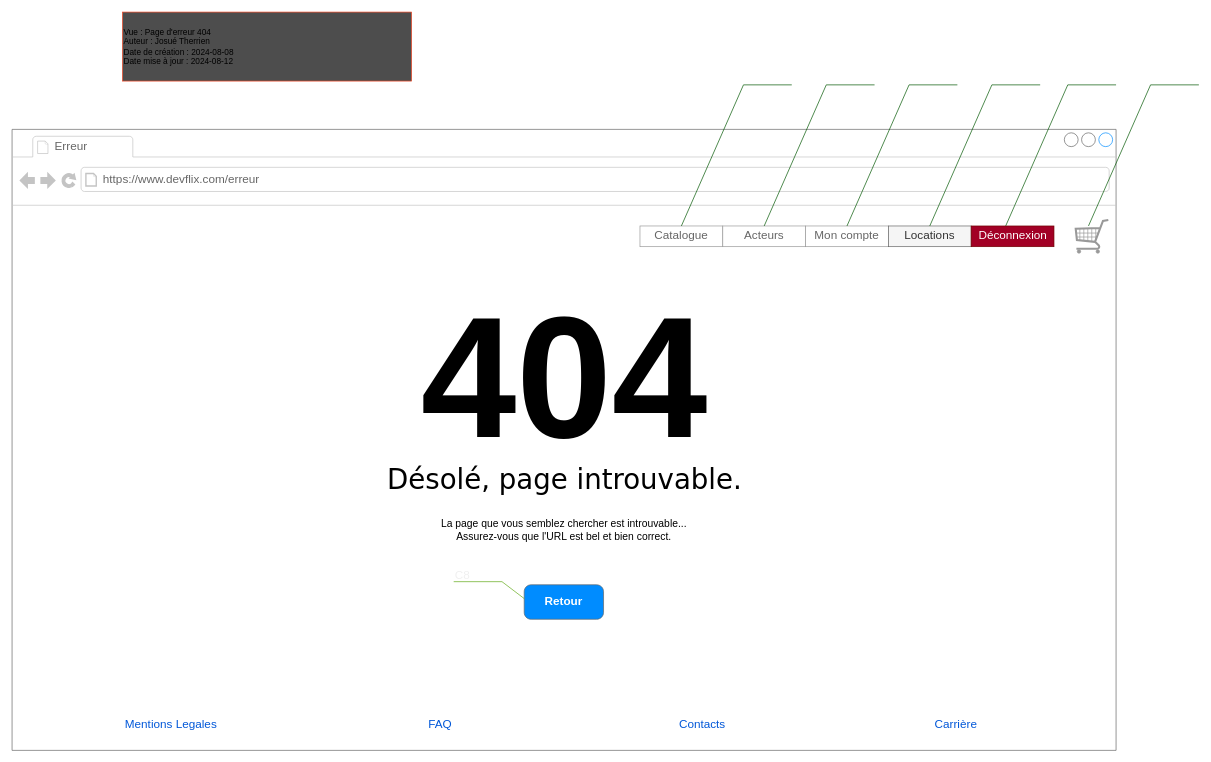
MapleCialys/Projet-modification-systeme keeps this draw.io diagram as livrables/livrable3/Page-Erreur404.drawio. Above is the earlier version. Source tidied: cells renumbered, new cells numbered last; positions are measured from the earlier drawing's top-left corner, leaving out a move shared by most shapes. Both pictures are drawn from the tidied source at 69%, with x=0, y=0 at pixel (12, 12).
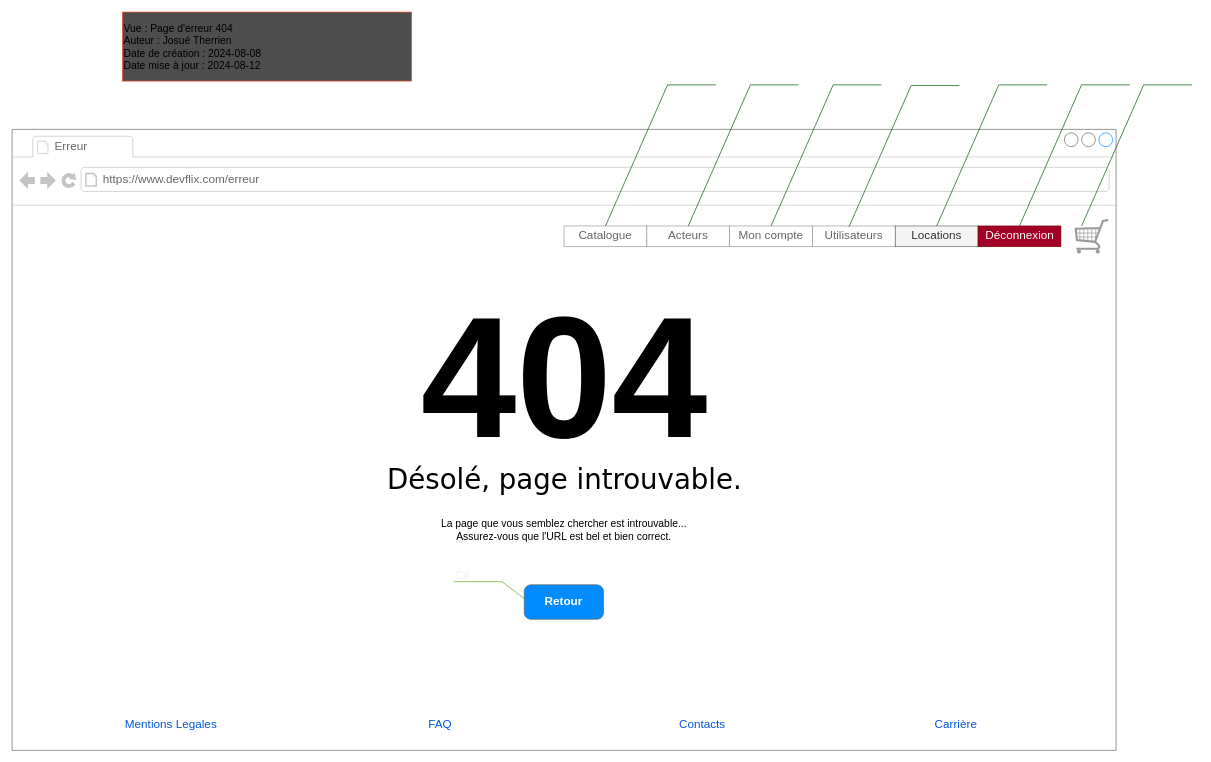
Above is the later version.

Commit message (it also covers changes not shown here):
updated-pages-JO-finition

Unchanged cells that the change refers to:
```xml
<mxCell id="2" style="strokeWidth=1;shadow=0;dashed=0;align=center;html=1;shape=mxgraph.mockup.containers.browserWindow;rSize=0;strokeColor=#666666;mainText=,;rounded=0;labelBackgroundColor=none;fontFamily=Verdana;fontSize=12;flipH=0;rotation=0;" parent="1" vertex="1">
  <mxGeometry y="170" width="1600" height="900" as="geometry" />
</mxCell>
```

The edit, as a diff of the source:
```diff
@@
-    <mxCell id="10" style="swimlane;shape=mxgraph.bootstrap.anchor;strokeColor=#999999;fillColor=#ffffff;fontColor=#666666;horizontal=0;startSize=0;whiteSpace=wrap;html=1;" parent="2" vertex="1">
-      <mxGeometry x="910" y="140" width="600" height="30" as="geometry" />
-    </mxCell>
+    <mxCell id="24" value="Mentions Legales" style="fillColor=none;strokeColor=none;html=1;fontColor=#0057D8;align=center;verticalAlign=middle;fontStyle=0;fontSize=17;" parent="1" vertex="1">
+      <mxGeometry x="105" y="995" width="250" height="75" as="geometry" />
+    </mxCell>
+    <mxCell id="25" value="FAQ" style="fillColor=none;strokeColor=none;html=1;fontColor=#0057D8;align=center;verticalAlign=middle;fontStyle=0;fontSize=17;fontFamily=Helvetica;" parent="1" vertex="1">
+      <mxGeometry x="495" y="995" width="250" height="75" as="geometry" />
+    </mxCell>
+    <mxCell id="26" value="Contacts" style="fillColor=none;strokeColor=none;html=1;fontColor=#0057D8;align=center;verticalAlign=middle;fontStyle=0;fontSize=17;fontFamily=Helvetica;" parent="1" vertex="1">
+      <mxGeometry x="875" y="995" width="250" height="75" as="geometry" />
+    </mxCell>
+    <mxCell id="27" value="Carrière&amp;nbsp;" style="fillColor=none;strokeColor=none;html=1;fontColor=#0057D8;align=center;verticalAlign=middle;fontStyle=0;fontSize=17;fontFamily=Helvetica;" parent="1" vertex="1">
+      <mxGeometry x="1245" y="995" width="250" height="75" as="geometry" />
+    </mxCell>
+    <mxCell id="28" value="&lt;font style=&quot;font-size: 15px;&quot;&gt;Vue : Page d'erreur 404&lt;br&gt;Auteur : Josué Therrien&lt;br&gt;Date de création : 2024-08-08&lt;br&gt;Date mise à jour : 2024-08-12&lt;/font&gt;" style="rounded=0;whiteSpace=wrap;html=1;align=left;fillColor=#4D4D4D;strokeColor=#F04624;" parent="1" vertex="1">
+      <mxGeometry x="160" width="419" height="100" as="geometry" />
+    </mxCell>
+    <mxCell id="18" style="group;" parent="1" vertex="1">
+      <mxGeometry x="780" y="80" width="930" height="280" as="geometry" />
+    </mxCell>
+    <mxCell id="29" style="swimlane;shape=mxgraph.bootstrap.anchor;strokeColor=#999999;fillColor=#ffffff;fontColor=#666666;horizontal=0;startSize=0;whiteSpace=wrap;html=1;" parent="18" vertex="1">
+      <mxGeometry x="20" y="230" width="720" height="30" as="geometry" />
+    </mxCell>
-    <mxCell id="11" value="Catalogue" style="text;strokeColor=inherit;align=center;verticalAlign=middle;spacingLeft=10;spacingRight=10;overflow=hidden;whiteSpace=wrap;html=1;fillColor=inherit;fontColor=inherit;fontSize=17;" parent="10" vertex="1">
+    <mxCell id="11" value="Catalogue" style="text;strokeColor=inherit;align=center;verticalAlign=middle;spacingLeft=10;spacingRight=10;overflow=hidden;whiteSpace=wrap;html=1;fillColor=inherit;fontColor=inherit;fontSize=17;" parent="29" vertex="1">
       <mxGeometry width="120" height="30" as="geometry" />
     </mxCell>
-    <mxCell id="12" value="Acteurs" style="text;strokeColor=inherit;align=center;verticalAlign=middle;spacingLeft=10;spacingRight=10;overflow=hidden;whiteSpace=wrap;html=1;fillColor=inherit;fontColor=inherit;fontSize=17;" parent="10" vertex="1">
+    <mxCell id="12" value="Acteurs" style="text;strokeColor=inherit;align=center;verticalAlign=middle;spacingLeft=10;spacingRight=10;overflow=hidden;whiteSpace=wrap;html=1;fillColor=inherit;fontColor=inherit;fontSize=17;" parent="29" vertex="1">
       <mxGeometry x="120" width="120" height="30" as="geometry" />
     </mxCell>
-    <mxCell id="13" value="Mon compte" style="text;strokeColor=inherit;align=center;verticalAlign=middle;spacingLeft=10;spacingRight=10;overflow=hidden;whiteSpace=wrap;html=1;fillColor=inherit;fontColor=inherit;fontSize=17;" parent="10" vertex="1">
+    <mxCell id="13" value="Mon compte" style="text;strokeColor=inherit;align=center;verticalAlign=middle;spacingLeft=10;spacingRight=10;overflow=hidden;whiteSpace=wrap;html=1;fillColor=inherit;fontColor=inherit;fontSize=17;" parent="29" vertex="1">
       <mxGeometry x="240" width="120" height="30" as="geometry" />
     </mxCell>
+    <mxCell id="30" value="Utilisateurs" style="text;strokeColor=inherit;align=center;verticalAlign=middle;spacingLeft=10;spacingRight=10;overflow=hidden;whiteSpace=wrap;html=1;fillColor=inherit;fontColor=inherit;fontSize=17;" parent="29" vertex="1">
+      <mxGeometry x="360" width="120" height="30" as="geometry" />
+    </mxCell>
-    <mxCell id="14" value="Locations" style="text;strokeColor=#666666;align=center;verticalAlign=middle;spacingLeft=10;spacingRight=10;overflow=hidden;whiteSpace=wrap;html=1;fillColor=#f5f5f5;fontSize=17;fontColor=#333333;" parent="10" vertex="1">
-      <mxGeometry x="360" width="120" height="30" as="geometry" />
+    <mxCell id="14" value="Locations" style="text;strokeColor=#666666;align=center;verticalAlign=middle;spacingLeft=10;spacingRight=10;overflow=hidden;whiteSpace=wrap;html=1;fillColor=#f5f5f5;fontSize=17;fontColor=#333333;" parent="29" vertex="1">
+      <mxGeometry x="480" width="120" height="30" as="geometry" />
     </mxCell>
-    <mxCell id="15" value="Déconnexion&amp;nbsp;" style="text;strokeColor=#6F0000;align=center;verticalAlign=middle;spacingLeft=10;spacingRight=10;overflow=hidden;whiteSpace=wrap;html=1;fillColor=#a20025;fontColor=#ffffff;fontSize=17;" parent="10" vertex="1">
-      <mxGeometry x="480" width="120" height="30" as="geometry" />
+    <mxCell id="15" value="Déconnexion&amp;nbsp;" style="text;strokeColor=#6F0000;align=center;verticalAlign=middle;spacingLeft=10;spacingRight=10;overflow=hidden;whiteSpace=wrap;html=1;fillColor=#a20025;fontColor=#ffffff;fontSize=17;" parent="29" vertex="1">
+      <mxGeometry x="600" width="120" height="30" as="geometry" />
     </mxCell>
-    <mxCell id="16" value="C4" style="strokeWidth=1;shadow=0;dashed=0;align=center;html=1;shape=mxgraph.mockup.text.callout;linkText=;textSize=17;textColor=#666666;callDir=NE;callStyle=line;fontSize=17;align=right;verticalAlign=top;strokeColor=#005700;fillColor=#008a00;fontColor=#ffffff;" parent="2" vertex="1">
-      <mxGeometry x="1090" y="-90" width="160" height="230" as="geometry" />
+    <mxCell id="16" value="C4" style="strokeWidth=1;shadow=0;dashed=0;align=center;html=1;shape=mxgraph.mockup.text.callout;linkText=;textSize=17;textColor=#666666;callDir=NE;callStyle=line;fontSize=17;align=right;verticalAlign=top;strokeColor=#005700;fillColor=#008a00;fontColor=#ffffff;" parent="18" vertex="1">
+      <mxGeometry x="200" width="160" height="230" as="geometry" />
     </mxCell>
-    <mxCell id="17" value="C1" style="strokeWidth=1;shadow=0;dashed=0;align=center;html=1;shape=mxgraph.mockup.text.callout;linkText=;textSize=17;textColor=#666666;callDir=NE;callStyle=line;fontSize=17;align=right;verticalAlign=top;strokeColor=#005700;fillColor=#008a00;fontColor=#ffffff;" parent="2" vertex="1">
-      <mxGeometry x="970" y="-90" width="160" height="230" as="geometry" />
+    <mxCell id="17" value="C1" style="strokeWidth=1;shadow=0;dashed=0;align=center;html=1;shape=mxgraph.mockup.text.callout;linkText=;textSize=17;textColor=#666666;callDir=NE;callStyle=line;fontSize=17;align=right;verticalAlign=top;strokeColor=#005700;fillColor=#008a00;fontColor=#ffffff;" parent="18" vertex="1">
+      <mxGeometry x="80" width="160" height="230" as="geometry" />
     </mxCell>
-    <mxCell id="18" style="group;" parent="1" vertex="1">
-      <mxGeometry x="780" y="80" width="930" height="280" as="geometry" />
-    </mxCell>
     <mxCell id="19" value="C17" style="strokeWidth=1;shadow=0;dashed=0;align=center;html=1;shape=mxgraph.mockup.text.callout;linkText=;textSize=17;textColor=#666666;callDir=NE;callStyle=line;fontSize=17;align=right;verticalAlign=top;strokeColor=#005700;fillColor=#008a00;fontColor=#ffffff;" parent="18" vertex="1">
-      <mxGeometry x="430" width="160" height="230" as="geometry" />
+      <mxGeometry x="320" width="160" height="230" as="geometry" />
     </mxCell>
     <mxCell id="20" value="C19" style="strokeWidth=1;shadow=0;dashed=0;align=center;html=1;shape=mxgraph.mockup.text.callout;linkText=;textSize=17;textColor=#666666;callDir=NE;callStyle=line;fontSize=17;align=right;verticalAlign=top;strokeColor=#005700;fillColor=#008a00;fontColor=#ffffff;" parent="18" vertex="1">
-      <mxGeometry x="550" width="160" height="230" as="geometry" />
+      <mxGeometry x="560" width="160" height="230" as="geometry" />
     </mxCell>
@@
     <mxCell id="22" value="C46" style="strokeWidth=1;shadow=0;dashed=0;align=center;html=1;shape=mxgraph.mockup.text.callout;linkText=;textSize=17;textColor=#666666;callDir=NE;callStyle=line;fontSize=17;align=right;verticalAlign=top;strokeColor=#005700;fillColor=#008a00;fontColor=#ffffff;" parent="18" vertex="1">
-      <mxGeometry x="660" width="160" height="230" as="geometry" />
+      <mxGeometry x="680" width="160" height="230" as="geometry" />
     </mxCell>
     <mxCell id="23" value="C9" style="strokeWidth=1;shadow=0;dashed=0;align=center;html=1;shape=mxgraph.mockup.text.callout;linkText=;textSize=17;textColor=#666666;callDir=NE;callStyle=line;fontSize=17;align=right;verticalAlign=top;strokeColor=#005700;fillColor=#008a00;fontColor=#ffffff;" parent="18" vertex="1">
-      <mxGeometry x="780" width="160" height="230" as="geometry" />
+      <mxGeometry x="770" width="160" height="230" as="geometry" />
     </mxCell>
-    <mxCell id="24" value="Mentions Legales" style="fillColor=none;strokeColor=none;html=1;fontColor=#0057D8;align=center;verticalAlign=middle;fontStyle=0;fontSize=17;" parent="1" vertex="1">
-      <mxGeometry x="105" y="995" width="250" height="75" as="geometry" />
-    </mxCell>
-    <mxCell id="25" value="FAQ" style="fillColor=none;strokeColor=none;html=1;fontColor=#0057D8;align=center;verticalAlign=middle;fontStyle=0;fontSize=17;fontFamily=Helvetica;" parent="1" vertex="1">
-      <mxGeometry x="495" y="995" width="250" height="75" as="geometry" />
-    </mxCell>
-    <mxCell id="26" value="Contacts" style="fillColor=none;strokeColor=none;html=1;fontColor=#0057D8;align=center;verticalAlign=middle;fontStyle=0;fontSize=17;fontFamily=Helvetica;" parent="1" vertex="1">
-      <mxGeometry x="875" y="995" width="250" height="75" as="geometry" />
-    </mxCell>
-    <mxCell id="27" value="Carrière&amp;nbsp;" style="fillColor=none;strokeColor=none;html=1;fontColor=#0057D8;align=center;verticalAlign=middle;fontStyle=0;fontSize=17;fontFamily=Helvetica;" parent="1" vertex="1">
-      <mxGeometry x="1245" y="995" width="250" height="75" as="geometry" />
-    </mxCell>
-    <mxCell id="28" value="Vue : Page d'erreur 404&lt;br&gt;Auteur : Josué Therrien&lt;br&gt;Date de création : 2024-08-08&lt;br&gt;Date mise à jour : 2024-08-12" style="rounded=0;whiteSpace=wrap;html=1;align=left;fillColor=#4D4D4D;strokeColor=#F04624;" parent="1" vertex="1">
-      <mxGeometry x="160" width="419" height="100" as="geometry" />
-    </mxCell>
+    <mxCell id="31" value="C42" style="strokeWidth=1;shadow=0;dashed=0;align=center;html=1;shape=mxgraph.mockup.text.callout;linkText=;textSize=17;textColor=#666666;callDir=NE;callStyle=line;fontSize=17;align=right;verticalAlign=top;strokeColor=#005700;fillColor=#008a00;fontColor=#ffffff;" parent="18" vertex="1">
+      <mxGeometry x="433" y="1" width="160" height="230" as="geometry" />
+    </mxCell>
```
